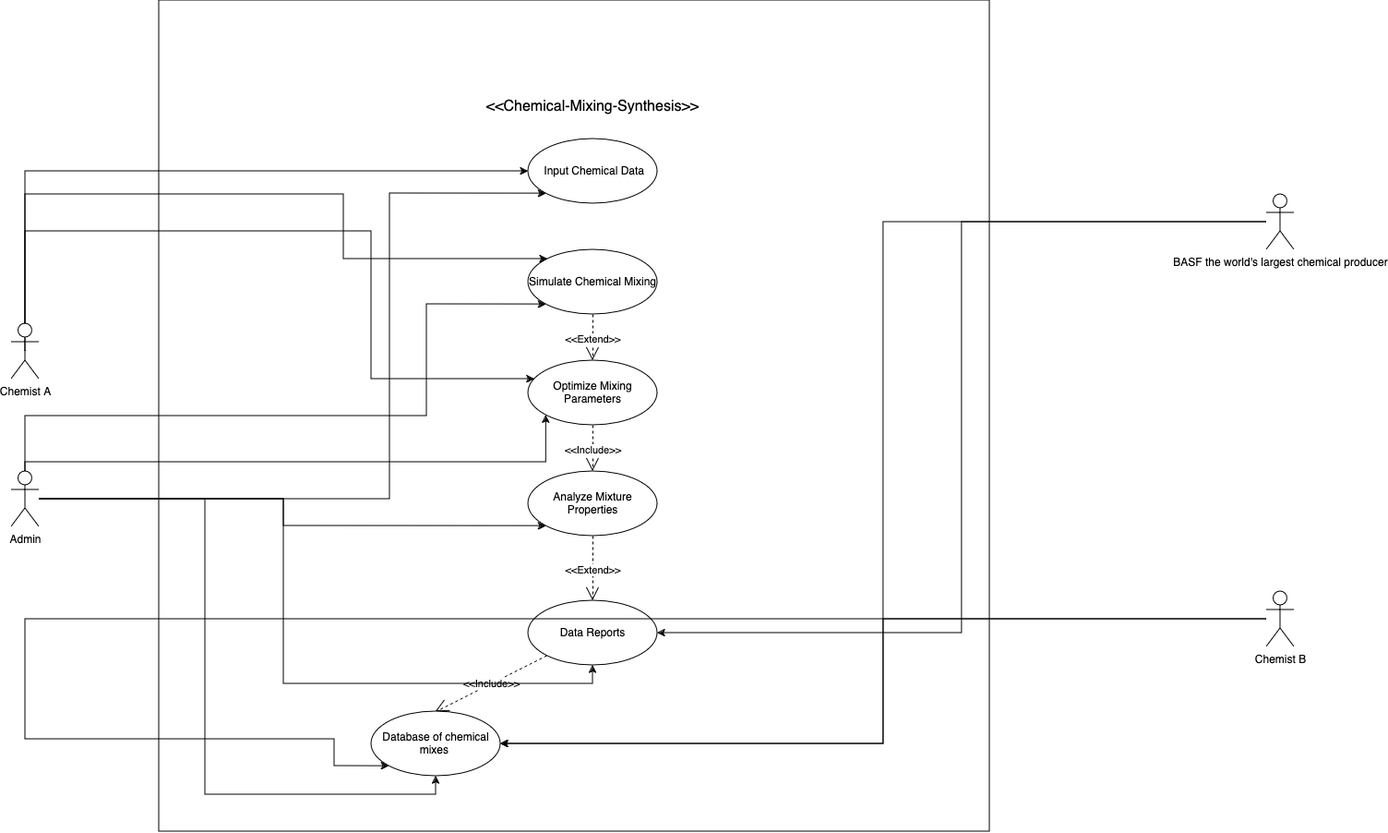
Before: use-case.png, a diagram exported from draw.io (a-l-a-z-a-r/Chemical-Mixing-Data-Synthesis). Source tidied: cells renumbered, new cells last; positions are measured from the earlier drawing's top-left corner, leaving out a move shared by most shapes.
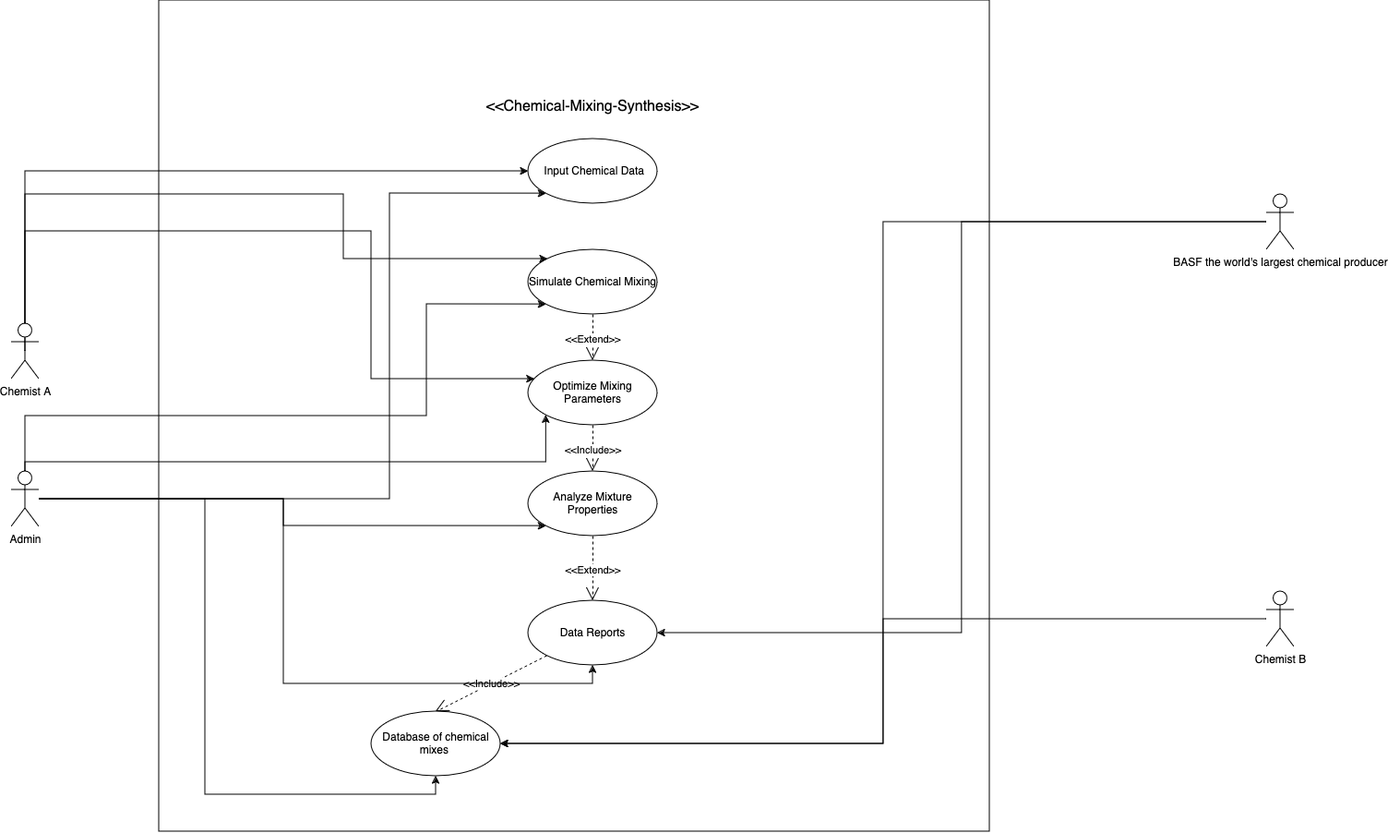
After the change.

Change to the diagram source:
```diff
@@ -72,15 +72,6 @@
     <mxCell id="19" value="Database of chemical mixes&amp;nbsp; " style="ellipse;whiteSpace=wrap;html=1;" parent="1" vertex="1">
       <mxGeometry x="390" y="770" width="140" height="70" as="geometry" />
     </mxCell>
-    <mxCell id="20" style="edgeStyle=orthogonalEdgeStyle;rounded=0;jettySize=auto;html=1;entryX=0;entryY=1;entryDx=0;entryDy=0;" parent="1" edge="1" source="22" target="19">
-      <mxGeometry relative="1" as="geometry">
-        <Array as="points">
-          <mxPoint x="15" y="800" />
-          <mxPoint x="350" y="800" />
-          <mxPoint x="350" y="829" />
-        </Array>
-      </mxGeometry>
-    </mxCell>
     <mxCell id="21" style="edgeStyle=orthogonalEdgeStyle;rounded=0;jettySize=auto;html=1;entryX=1;entryY=0.5;entryDx=0;entryDy=0;" parent="1" edge="1" source="22" target="19">
       <mxGeometry relative="1" as="geometry" />
     </mxCell>
```
